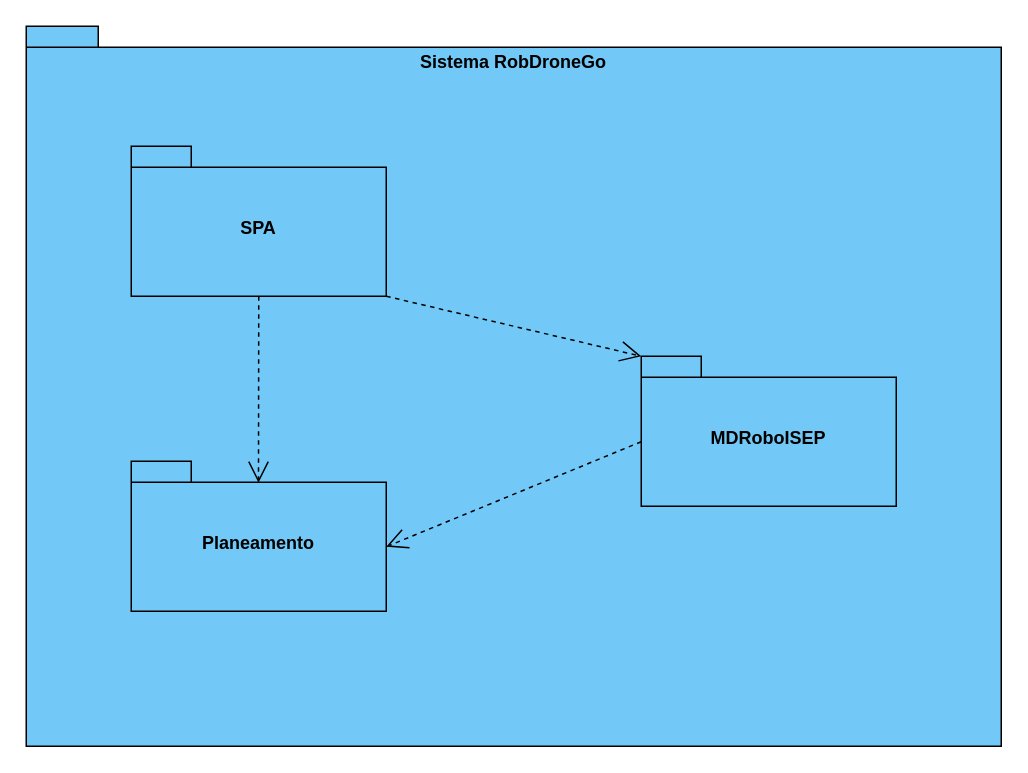
Earlier version of the draw.io diagram docs/Sprint_B/N2/VI.drawio (SEM5PI2324G58/sem5pi_g58_23_24). Source tidied: cells renumbered, new cells numbered last; positions are measured from the earlier drawing's top-left corner, leaving out a move shared by most shapes. Both pictures are drawn from the tidied source at 150%, with x=0, y=0 at pixel (26, 26).
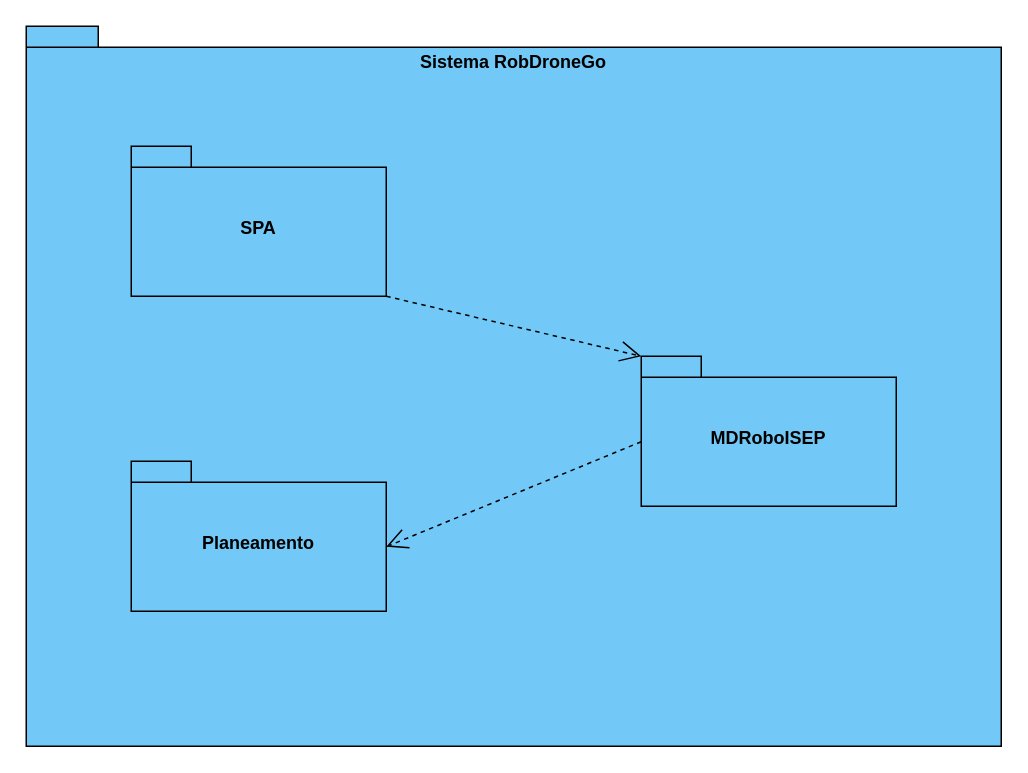
Above is the later version.

What changed in the source:
```diff
@@
 <mxGraphModel>
   <root>
     <mxCell id="0" />
     <mxCell id="1" parent="0" />
     <mxCell id="2" value="Sistema RobDroneGo" style="shape=folder;fontStyle=1;spacingTop=10;tabWidth=40;tabHeight=14;tabPosition=left;html=1;whiteSpace=wrap;horizontal=1;verticalAlign=top;fillColor=#72c9f7;" parent="1" vertex="1">
       <mxGeometry width="650" height="480" as="geometry" />
     </mxCell>
     <mxCell id="3" value="MDRoboISEP" style="shape=folder;fontStyle=1;spacingTop=10;tabWidth=40;tabHeight=14;tabPosition=left;html=1;whiteSpace=wrap;fillColor=#72c9f7;" parent="1" vertex="1">
       <mxGeometry x="410" y="220" width="170" height="100" as="geometry" />
     </mxCell>
     <mxCell id="4" value="SPA" style="shape=folder;fontStyle=1;spacingTop=10;tabWidth=40;tabHeight=14;tabPosition=left;html=1;whiteSpace=wrap;fillColor=#72c9f7;" parent="1" vertex="1">
       <mxGeometry x="70" y="80" width="170" height="100" as="geometry" />
     </mxCell>
     <mxCell id="5" value="Planeamento" style="shape=folder;fontStyle=1;spacingTop=10;tabWidth=40;tabHeight=14;tabPosition=left;html=1;whiteSpace=wrap;fillColor=#72c9f7;" parent="1" vertex="1">
       <mxGeometry x="70" y="290" width="170" height="100" as="geometry" />
     </mxCell>
     <mxCell id="6" style="endArrow=open;endSize=12;dashed=1;html=1;rounded=0;exitX=0;exitY=0;exitDx=170;exitDy=100;exitPerimeter=0;entryX=0;entryY=0;entryDx=0;entryDy=0;entryPerimeter=0;" parent="1" edge="1" source="4" target="3">
       <mxGeometry relative="1" as="geometry" />
     </mxCell>
-    <mxCell id="7" style="endArrow=open;endSize=12;dashed=1;html=1;rounded=0;exitX=0.5;exitY=1;exitDx=0;exitDy=0;exitPerimeter=0;entryX=0.499;entryY=0.144;entryDx=0;entryDy=0;entryPerimeter=0;" parent="1" edge="1" source="4" target="5">
-      <mxGeometry relative="1" as="geometry" />
-    </mxCell>
     <mxCell id="8" style="endArrow=open;endSize=12;dashed=1;html=1;rounded=0;entryX=0;entryY=0;entryDx=170;entryDy=57;entryPerimeter=0;exitX=0;exitY=0;exitDx=0;exitDy=57;exitPerimeter=0;" parent="1" edge="1" source="3" target="5">
       <mxGeometry relative="1" as="geometry" />
     </mxCell>
   </root>
 </mxGraphModel>
```
